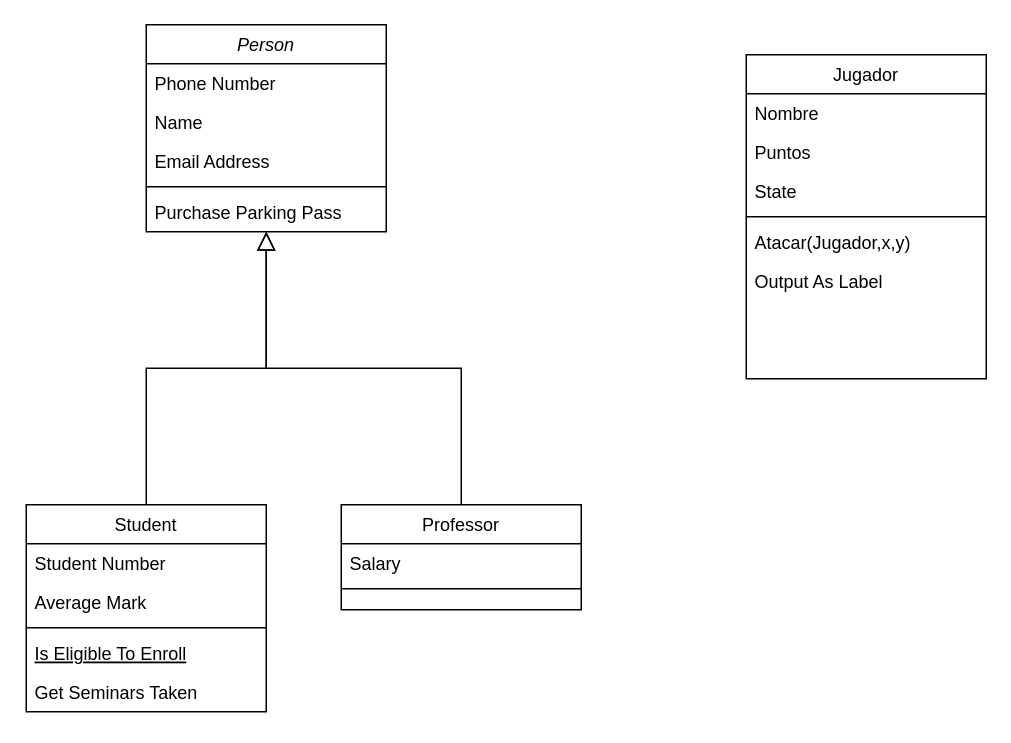
This is diagrama.drawio from GonzaloBisio/Ahumada-Bisio-Glaiel-BatallaNaval, a draw.io file, before an edit. Source tidied: cells renumbered, new cells numbered last; positions are measured from the earlier drawing's top-left corner, leaving out a move shared by most shapes. Both pictures are drawn from the tidied source at 150%, with x=0, y=0 at pixel (26, 24).
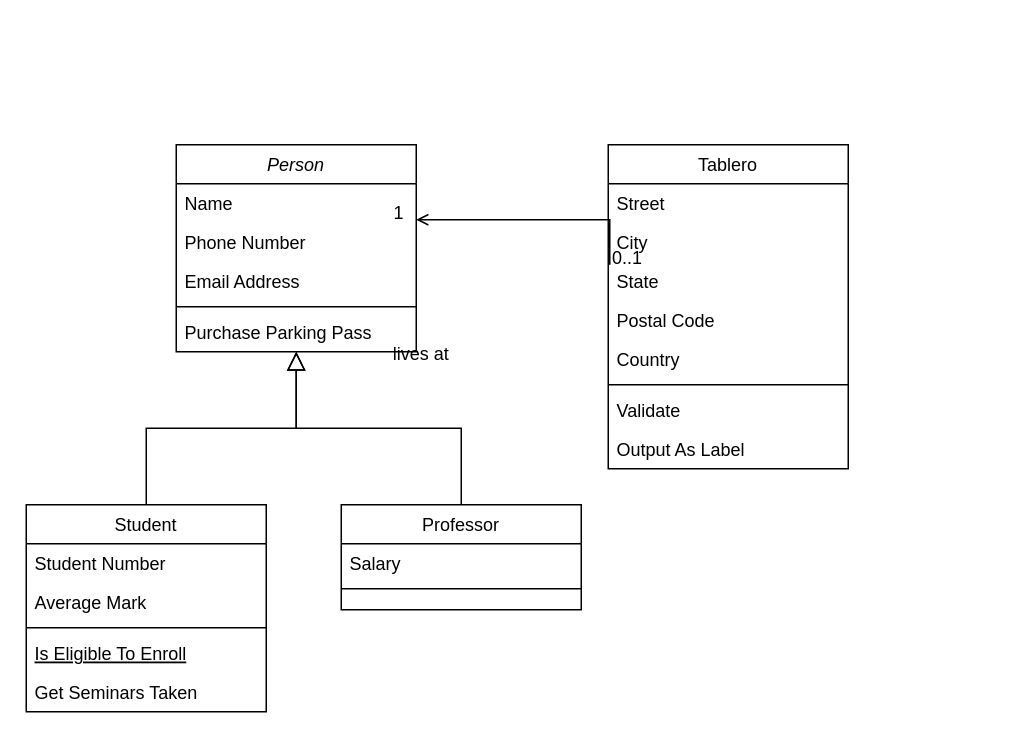
After the change.

Change to the diagram source:
```diff
@@
     <mxCell id="2" value="Person" style="swimlane;fontStyle=2;align=center;verticalAlign=top;horizontal=1;startSize=26;rounded=0;shadow=0;strokeWidth=1;" parent="1" vertex="1">
-      <mxGeometry x="80" width="160" height="138" as="geometry" />
+      <mxGeometry x="100" y="80" width="160" height="138" as="geometry" />
     </mxCell>
+    <mxCell id="4" value="Name" style="text;align=left;verticalAlign=top;spacingLeft=4;spacingRight=4;overflow=hidden;points=[[0,0.5],[1,0.5]];portConstraint=eastwest;" parent="2" vertex="1">
+      <mxGeometry y="26" width="160" height="26" as="geometry" />
+    </mxCell>
     <mxCell id="3" value="Phone Number" style="text;align=left;verticalAlign=top;spacingLeft=4;spacingRight=4;overflow=hidden;rounded=0;shadow=0;html=0;" parent="2" vertex="1">
-      <mxGeometry y="26" width="160" height="26" as="geometry" />
+      <mxGeometry y="52" width="160" height="26" as="geometry" />
     </mxCell>
-    <mxCell id="4" value="Name" style="text;align=left;verticalAlign=top;spacingLeft=4;spacingRight=4;overflow=hidden;points=[[0,0.5],[1,0.5]];portConstraint=eastwest;" parent="2" vertex="1">
-      <mxGeometry y="52" width="160" height="26" as="geometry" />
-    </mxCell>
@@
-    <mxCell id="19" value="Jugador" style="swimlane;fontStyle=0;align=center;verticalAlign=top;horizontal=1;startSize=26;rounded=0;shadow=0;strokeWidth=1;" parent="1" vertex="1">
-      <mxGeometry x="480" y="20" width="160" height="216" as="geometry" />
+    <mxCell id="19" value="Tablero" style="swimlane;fontStyle=0;align=center;verticalAlign=top;horizontal=1;startSize=26;rounded=0;shadow=0;strokeWidth=1;" parent="1" vertex="1">
+      <mxGeometry x="388" y="80" width="160" height="216" as="geometry" />
     </mxCell>
-    <mxCell id="20" value="Nombre" style="text;align=left;verticalAlign=top;spacingLeft=4;spacingRight=4;overflow=hidden;" parent="19" vertex="1">
+    <mxCell id="20" value="Street" style="text;align=left;verticalAlign=top;spacingLeft=4;spacingRight=4;overflow=hidden;" parent="19" vertex="1">
       <mxGeometry y="26" width="160" height="26" as="geometry" />
     </mxCell>
-    <mxCell id="21" value="Puntos" style="text;align=left;verticalAlign=top;spacingLeft=4;spacingRight=4;overflow=hidden;rounded=0;shadow=0;html=0;" parent="19" vertex="1">
+    <mxCell id="21" value="City" style="text;align=left;verticalAlign=top;spacingLeft=4;spacingRight=4;overflow=hidden;rounded=0;shadow=0;html=0;" parent="19" vertex="1">
       <mxGeometry y="52" width="160" height="26" as="geometry" />
     </mxCell>
@@
+    <mxCell id="26" value="Postal Code" style="text;align=left;verticalAlign=top;spacingLeft=4;spacingRight=4;overflow=hidden;rounded=0;shadow=0;html=0;" parent="19" vertex="1">
+      <mxGeometry y="104" width="160" height="26" as="geometry" />
+    </mxCell>
+    <mxCell id="27" value="Country" style="text;align=left;verticalAlign=top;spacingLeft=4;spacingRight=4;overflow=hidden;rounded=0;shadow=0;html=0;" parent="19" vertex="1">
+      <mxGeometry y="130" width="160" height="26" as="geometry" />
+    </mxCell>
     <mxCell id="23" style="line;html=1;strokeWidth=1;align=left;verticalAlign=middle;spacingTop=-1;spacingLeft=3;spacingRight=3;labelPosition=right;" parent="19" vertex="1">
-      <mxGeometry y="104" width="160" height="8" as="geometry" />
+      <mxGeometry y="156" width="160" height="8" as="geometry" />
     </mxCell>
-    <mxCell id="24" value="Atacar(Jugador,x,y)" style="text;align=left;verticalAlign=top;spacingLeft=4;spacingRight=4;overflow=hidden;" parent="19" vertex="1">
-      <mxGeometry y="112" width="160" height="26" as="geometry" />
+    <mxCell id="24" value="Validate" style="text;align=left;verticalAlign=top;spacingLeft=4;spacingRight=4;overflow=hidden;" parent="19" vertex="1">
+      <mxGeometry y="164" width="160" height="26" as="geometry" />
     </mxCell>
     <mxCell id="25" value="Output As Label" style="text;align=left;verticalAlign=top;spacingLeft=4;spacingRight=4;overflow=hidden;" parent="19" vertex="1">
-      <mxGeometry y="138" width="160" height="26" as="geometry" />
+      <mxGeometry y="190" width="160" height="26" as="geometry" />
     </mxCell>
+    <mxCell id="28" style="endArrow=open;shadow=0;strokeWidth=1;rounded=0;endFill=1;edgeStyle=elbowEdgeStyle;elbow=vertical;entryX=1;entryY=0.923;entryDx=0;entryDy=0;entryPerimeter=0;" parent="1" edge="1" target="4">
+      <mxGeometry x="0.5" y="41" relative="1" as="geometry">
+        <mxPoint x="389" y="160" as="sourcePoint" />
+        <Array as="points">
+          <mxPoint x="300" y="130" />
+          <mxPoint x="320" y="170" />
+        </Array>
+        <mxPoint x="-40" y="32" as="offset" />
+      </mxGeometry>
+    </mxCell>
+    <mxCell id="29" value="0..1" style="align=left;verticalAlign=bottom;labelBackgroundColor=none;fontSize=12;" parent="28" vertex="1">
+      <mxGeometry x="-1" relative="1" as="geometry">
+        <mxPoint y="4" as="offset" />
+      </mxGeometry>
+    </mxCell>
+    <mxCell id="30" value="1" style="align=right;verticalAlign=bottom;labelBackgroundColor=none;fontSize=12;" parent="28" vertex="1">
+      <mxGeometry x="1" relative="1" as="geometry">
+        <mxPoint x="-7" y="4" as="offset" />
+      </mxGeometry>
+    </mxCell>
+    <mxCell id="31" value="lives at" style="text;html=1;align=center;verticalAlign=middle;labelBackgroundColor=none;rounded=0;shadow=0;strokeWidth=1;fontSize=12;" parent="28" vertex="1">
+      <mxGeometry x="0.5" y="49" relative="1" as="geometry">
+        <mxPoint x="-38" y="40" as="offset" />
+      </mxGeometry>
+    </mxCell>
```
